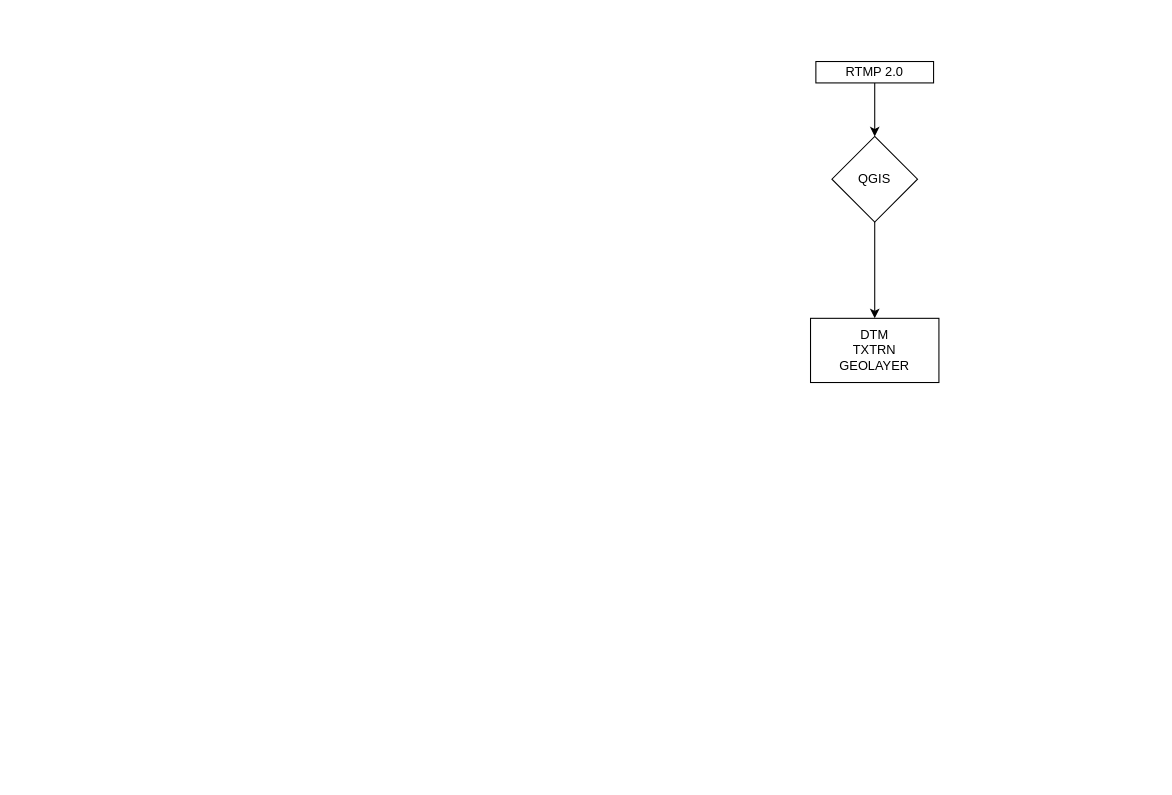
This is RTMP_2_0_0.drawio from JAyS4nson/FLOWCHrts, a draw.io file, before an edit. Source tidied: cells renumbered, new cells numbered last; positions are measured from the earlier drawing's top-left corner, leaving out a move shared by most shapes. Both pictures are drawn from the tidied source at 107%, with x=0, y=0 at pixel (810, 61).
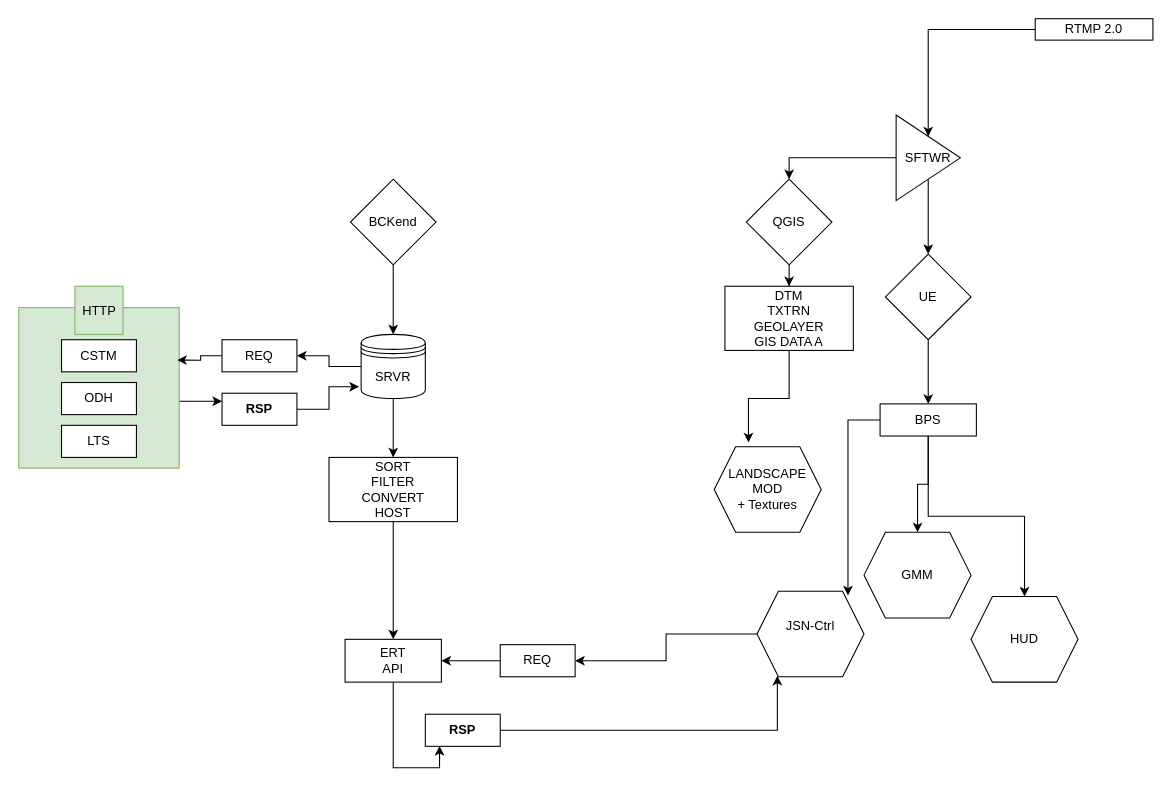
The same diagram, later.

What changed in the source:
```diff
@@
-    <mxCell id="2" style="edgeStyle=orthogonalEdgeStyle;rounded=0;jettySize=auto;html=1;" parent="1" edge="1" source="3" target="5">
-      <mxGeometry relative="1" as="geometry" />
-    </mxCell>
+    <mxCell id="7" style="edgeStyle=orthogonalEdgeStyle;rounded=0;jettySize=auto;html=1;exitX=1;exitY=0.75;exitDx=0;exitDy=0;entryX=0;entryY=0.25;entryDx=0;entryDy=0;" parent="1" edge="1" source="8" target="25">
+      <mxGeometry relative="1" as="geometry">
+        <Array as="points">
+          <mxPoint x="-680" y="320" />
+          <mxPoint x="-615" y="320" />
+          <mxPoint x="-615" y="318" />
+        </Array>
+      </mxGeometry>
+    </mxCell>
+    <mxCell id="8" style="whiteSpace=wrap;html=1;fillColor=#d5e8d4;strokeColor=#82b366;" parent="1" vertex="1">
+      <mxGeometry x="-740" y="230" width="150" height="150" as="geometry" />
+    </mxCell>
+    <mxCell id="9" style="edgeStyle=orthogonalEdgeStyle;rounded=0;jettySize=auto;html=1;" parent="1" edge="1" source="3" target="12">
+      <mxGeometry relative="1" as="geometry" />
+    </mxCell>
     <mxCell id="3" value="&lt;div&gt;RTMP 2.0&lt;/div&gt;" style="rounded=0;whiteSpace=wrap;html=1;" parent="1" vertex="1">
-      <mxGeometry x="5" width="110" height="20" as="geometry" />
+      <mxGeometry x="210" y="-40" width="110" height="20" as="geometry" />
     </mxCell>
@@
     <mxCell id="5" value="QGIS" style="rhombus;whiteSpace=wrap;html=1;rounded=0;" parent="1" vertex="1">
-      <mxGeometry x="20" y="70" width="80" height="80" as="geometry" />
+      <mxGeometry x="-60" y="110" width="80" height="80" as="geometry" />
     </mxCell>
-    <mxCell id="6" value="DTM&lt;br&gt;TXTRN&lt;br&gt;GEOLAYER" style="whiteSpace=wrap;html=1;rounded=0;" parent="1" vertex="1">
-      <mxGeometry y="240" width="120" height="60" as="geometry" />
+    <mxCell id="6" value="DTM&lt;br&gt;TXTRN&lt;br&gt;&lt;div&gt;GEOLAYER&lt;/div&gt;&lt;div&gt;GIS DATA A&lt;/div&gt;" style="whiteSpace=wrap;html=1;rounded=0;" parent="1" vertex="1">
+      <mxGeometry x="-80" y="210" width="120" height="60" as="geometry" />
     </mxCell>
+    <mxCell id="10" style="edgeStyle=orthogonalEdgeStyle;rounded=0;jettySize=auto;html=1;entryX=0.5;entryY=0;entryDx=0;entryDy=0;" parent="1" edge="1" source="12" target="5">
+      <mxGeometry relative="1" as="geometry" />
+    </mxCell>
+    <mxCell id="11" style="edgeStyle=orthogonalEdgeStyle;rounded=0;jettySize=auto;html=1;" parent="1" edge="1" source="12" target="14">
+      <mxGeometry relative="1" as="geometry" />
+    </mxCell>
+    <mxCell id="12" value="SFTWR" style="triangle;whiteSpace=wrap;html=1;" parent="1" vertex="1">
+      <mxGeometry x="80" y="50" width="60" height="80" as="geometry" />
+    </mxCell>
+    <mxCell id="13" style="edgeStyle=orthogonalEdgeStyle;rounded=0;jettySize=auto;html=1;" parent="1" edge="1" source="14" target="32">
+      <mxGeometry relative="1" as="geometry" />
+    </mxCell>
+    <mxCell id="14" value="&lt;div&gt;UE&lt;/div&gt;" style="rhombus;whiteSpace=wrap;html=1;rounded=0;" parent="1" vertex="1">
+      <mxGeometry x="70" y="180" width="80" height="80" as="geometry" />
+    </mxCell>
+    <mxCell id="15" style="edgeStyle=orthogonalEdgeStyle;rounded=0;jettySize=auto;html=1;entryX=0.5;entryY=0;entryDx=0;entryDy=0;" parent="1" edge="1" source="16" target="19">
+      <mxGeometry relative="1" as="geometry" />
+    </mxCell>
+    <mxCell id="16" value="&lt;div&gt;BCKend&lt;/div&gt;" style="rhombus;whiteSpace=wrap;html=1;rounded=0;" parent="1" vertex="1">
+      <mxGeometry x="-430" y="110" width="80" height="80" as="geometry" />
+    </mxCell>
+    <mxCell id="17" style="edgeStyle=orthogonalEdgeStyle;rounded=0;jettySize=auto;html=1;" parent="1" edge="1" source="19" target="24">
+      <mxGeometry relative="1" as="geometry" />
+    </mxCell>
+    <mxCell id="18" style="edgeStyle=orthogonalEdgeStyle;rounded=0;jettySize=auto;html=1;" parent="1" edge="1" source="19" target="29">
+      <mxGeometry relative="1" as="geometry" />
+    </mxCell>
+    <mxCell id="19" value="&lt;div&gt;SRVR&lt;/div&gt;" style="shape=datastore;whiteSpace=wrap;html=1;" parent="1" vertex="1">
+      <mxGeometry x="-420" y="255" width="60" height="60" as="geometry" />
+    </mxCell>
+    <mxCell id="20" value="CSTM" style="whiteSpace=wrap;html=1;" parent="1" vertex="1">
+      <mxGeometry x="-700" y="260" width="70" height="30" as="geometry" />
+    </mxCell>
+    <mxCell id="21" value="ODH" style="whiteSpace=wrap;html=1;" parent="1" vertex="1">
+      <mxGeometry x="-700" y="300" width="70" height="30" as="geometry" />
+    </mxCell>
+    <mxCell id="22" value="&lt;div&gt;LTS&lt;/div&gt;" style="whiteSpace=wrap;html=1;" parent="1" vertex="1">
+      <mxGeometry x="-700" y="340" width="70" height="30" as="geometry" />
+    </mxCell>
+    <mxCell id="23" value="&lt;div&gt;HTTP&lt;/div&gt;" style="whiteSpace=wrap;html=1;fillColor=#d5e8d4;strokeColor=#82b366;" parent="1" vertex="1">
+      <mxGeometry x="-687.5" y="210" width="45" height="45" as="geometry" />
+    </mxCell>
+    <mxCell id="24" value="REQ" style="whiteSpace=wrap;html=1;" parent="1" vertex="1">
+      <mxGeometry x="-550" y="260" width="70" height="30" as="geometry" />
+    </mxCell>
+    <mxCell id="25" value="RSP" style="whiteSpace=wrap;html=1;fontStyle=1;" parent="1" vertex="1">
+      <mxGeometry x="-550" y="310" width="70" height="30" as="geometry" />
+    </mxCell>
+    <mxCell id="26" style="edgeStyle=orthogonalEdgeStyle;rounded=0;jettySize=auto;html=1;entryX=0.987;entryY=0.327;entryDx=0;entryDy=0;entryPerimeter=0;" parent="1" edge="1" source="24" target="8">
+      <mxGeometry relative="1" as="geometry" />
+    </mxCell>
+    <mxCell id="27" style="edgeStyle=orthogonalEdgeStyle;rounded=0;jettySize=auto;html=1;entryX=-0.033;entryY=0.817;entryDx=0;entryDy=0;entryPerimeter=0;" parent="1" edge="1" source="25" target="19">
+      <mxGeometry relative="1" as="geometry" />
+    </mxCell>
+    <mxCell id="28" style="edgeStyle=orthogonalEdgeStyle;rounded=0;jettySize=auto;html=1;" parent="1" edge="1" source="29" target="39">
+      <mxGeometry relative="1" as="geometry" />
+    </mxCell>
+    <mxCell id="29" value="SORT&lt;br&gt;FILTER&lt;br&gt;CONVERT&lt;br&gt;HOST" style="whiteSpace=wrap;html=1;" parent="1" vertex="1">
+      <mxGeometry x="-450" y="370" width="120" height="60" as="geometry" />
+    </mxCell>
+    <mxCell id="30" style="edgeStyle=orthogonalEdgeStyle;rounded=0;jettySize=auto;html=1;entryX=0.5;entryY=0;entryDx=0;entryDy=0;" parent="1" edge="1" source="32" target="35">
+      <mxGeometry relative="1" as="geometry" />
+    </mxCell>
+    <mxCell id="31" style="edgeStyle=orthogonalEdgeStyle;rounded=0;jettySize=auto;html=1;entryX=0.5;entryY=0;entryDx=0;entryDy=0;" parent="1" edge="1" source="32" target="38">
+      <mxGeometry relative="1" as="geometry" />
+    </mxCell>
+    <mxCell id="32" value="BPS&lt;br&gt;" style="whiteSpace=wrap;html=1;rounded=0;" parent="1" vertex="1">
+      <mxGeometry x="65" y="320" width="90" height="30" as="geometry" />
+    </mxCell>
+    <mxCell id="33" value="LANDSCAPE MOD&lt;br&gt;&lt;div&gt;+ Textures&lt;/div&gt;" style="shape=hexagon;perimeter=hexagonPerimeter2;whiteSpace=wrap;html=1;fixedSize=1;" parent="1" vertex="1">
+      <mxGeometry x="-90" y="360" width="100" height="80" as="geometry" />
+    </mxCell>
+    <mxCell id="34" style="edgeStyle=orthogonalEdgeStyle;rounded=0;jettySize=auto;html=1;entryX=0.32;entryY=-0.05;entryDx=0;entryDy=0;entryPerimeter=0;" parent="1" edge="1" source="6" target="33">
+      <mxGeometry relative="1" as="geometry" />
+    </mxCell>
+    <mxCell id="35" value="&lt;div&gt;GMM&lt;/div&gt;" style="shape=hexagon;perimeter=hexagonPerimeter2;whiteSpace=wrap;html=1;fixedSize=1;" parent="1" vertex="1">
+      <mxGeometry x="50" y="440" width="100" height="80" as="geometry" />
+    </mxCell>
+    <mxCell id="36" style="edgeStyle=orthogonalEdgeStyle;rounded=0;jettySize=auto;html=1;" parent="1" edge="1" source="41" target="39">
+      <mxGeometry relative="1" as="geometry" />
+    </mxCell>
+    <mxCell id="37" value="&lt;div&gt;JSN-Ctrl&lt;/div&gt;&lt;div&gt;&lt;br&gt;&lt;/div&gt;" style="shape=hexagon;perimeter=hexagonPerimeter2;whiteSpace=wrap;html=1;fixedSize=1;" parent="1" vertex="1">
+      <mxGeometry x="-50" y="495" width="100" height="80" as="geometry" />
+    </mxCell>
+    <mxCell id="38" value="&lt;div&gt;HUD&lt;/div&gt;" style="shape=hexagon;perimeter=hexagonPerimeter2;whiteSpace=wrap;html=1;fixedSize=1;" parent="1" vertex="1">
+      <mxGeometry x="150" y="500" width="100" height="80" as="geometry" />
+    </mxCell>
+    <mxCell id="39" value="ERT&lt;br&gt;API" style="whiteSpace=wrap;html=1;" parent="1" vertex="1">
+      <mxGeometry x="-435" y="540" width="90" height="40" as="geometry" />
+    </mxCell>
+    <mxCell id="40" style="edgeStyle=orthogonalEdgeStyle;rounded=0;jettySize=auto;html=1;" parent="1" edge="1" source="37" target="41">
+      <mxGeometry relative="1" as="geometry" />
+    </mxCell>
+    <mxCell id="41" value="REQ" style="whiteSpace=wrap;html=1;" parent="1" vertex="1">
+      <mxGeometry x="-290" y="545" width="70" height="30" as="geometry" />
+    </mxCell>
+    <mxCell id="42" style="edgeStyle=orthogonalEdgeStyle;rounded=0;jettySize=auto;html=1;entryX=0.19;entryY=0.988;entryDx=0;entryDy=0;entryPerimeter=0;" parent="1" edge="1" source="44" target="37">
+      <mxGeometry relative="1" as="geometry" />
+    </mxCell>
+    <mxCell id="43" style="edgeStyle=orthogonalEdgeStyle;rounded=0;jettySize=auto;html=1;entryX=0.19;entryY=0.988;entryDx=0;entryDy=0;entryPerimeter=0;" parent="1" edge="1" source="39" target="44">
+      <mxGeometry relative="1" as="geometry" />
+    </mxCell>
+    <mxCell id="44" value="RSP" style="whiteSpace=wrap;html=1;fontStyle=1;" parent="1" vertex="1">
+      <mxGeometry x="-360" y="610" width="70" height="30" as="geometry" />
+    </mxCell>
+    <mxCell id="45" style="edgeStyle=orthogonalEdgeStyle;rounded=0;jettySize=auto;html=1;entryX=0.85;entryY=0.05;entryDx=0;entryDy=0;entryPerimeter=0;" parent="1" edge="1" source="32" target="37">
+      <mxGeometry relative="1" as="geometry" />
+    </mxCell>
```
